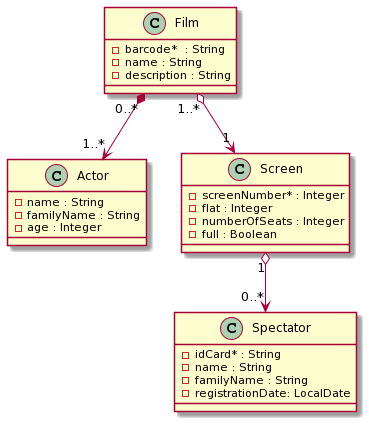
Earlier version of the PlantUML export docs/cinema.models.png (miw-upm/apaw-practice).
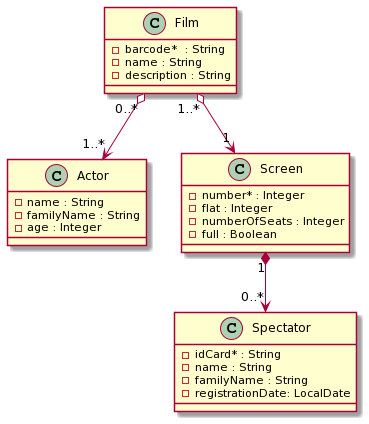
The same file after the commit.

The edit, as a diff of the source:
```diff
@@ -1,7 +1,7 @@
 @startuml
-Film "0..*" *--> "1..*" Actor
+Film "0..*" o--> "1..*" Actor
 Film "1..*" o--> "1" Screen
-Screen "1"  o--> "0..*" Spectator
+Screen "1"  *--> "0..*" Spectator
 
 class Film{
 -barcode*  : String
@@ -9,7 +9,7 @@
 -description : String
 }
 class Screen{
--screenNumber* : Integer
+-number* : Integer
 -flat : Integer
 -numberOfSeats : Integer
 -full : Boolean
```
